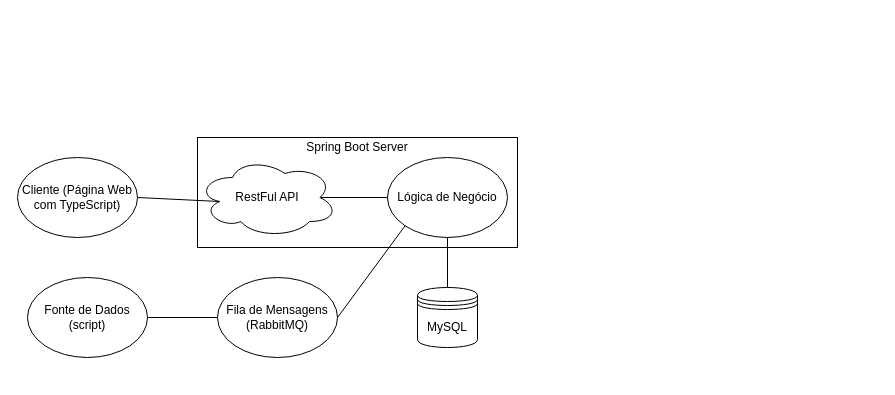
rafaelbaptista13/projeto_ies keeps this draw.io diagram as report/projectSpecificationReport/arquitetura.drawio. Above is the earlier version. Source tidied: cells renumbered, new cells numbered last; positions are measured from the earlier drawing's top-left corner, leaving out a move shared by most shapes. Both pictures are drawn from the tidied source at 100%, with x=0, y=0 at pixel (17, 137).
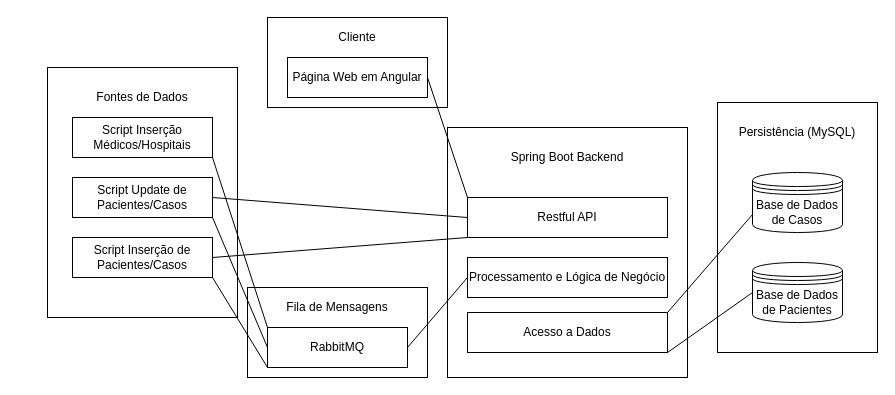
After the change.

What changed in the source:
```diff
@@
+    <mxCell id="15" style="rounded=0;whiteSpace=wrap;html=1;" parent="1" vertex="1">
+      <mxGeometry x="250" y="-120" width="180" height="90" as="geometry" />
+    </mxCell>
+    <mxCell id="16" style="rounded=0;whiteSpace=wrap;html=1;" parent="1" vertex="1">
+      <mxGeometry x="230" y="150" width="180" height="90" as="geometry" />
+    </mxCell>
+    <mxCell id="17" style="rounded=0;whiteSpace=wrap;html=1;" parent="1" vertex="1">
+      <mxGeometry x="30" y="-70" width="190" height="250" as="geometry" />
+    </mxCell>
+    <mxCell id="18" style="rounded=0;whiteSpace=wrap;html=1;" parent="1" vertex="1">
+      <mxGeometry x="700" y="-35" width="160" height="250" as="geometry" />
+    </mxCell>
     <mxCell id="2" style="rounded=0;whiteSpace=wrap;html=1;" parent="1" vertex="1">
-      <mxGeometry x="180" width="320" height="110" as="geometry" />
+      <mxGeometry x="430" y="-10" width="240" height="250" as="geometry" />
     </mxCell>
-    <mxCell id="3" value="MySQL" style="shape=datastore;whiteSpace=wrap;html=1;" parent="1" vertex="1">
-      <mxGeometry x="400" y="150" width="60" height="60" as="geometry" />
+    <mxCell id="3" value="Base de Dados de Casos" style="shape=datastore;whiteSpace=wrap;html=1;" parent="1" vertex="1">
+      <mxGeometry x="735" y="35" width="90" height="60" as="geometry" />
     </mxCell>
-    <mxCell id="4" value="Lógica de Negócio" style="ellipse;whiteSpace=wrap;html=1;" parent="1" vertex="1">
-      <mxGeometry x="370" y="20" width="120" height="80" as="geometry" />
-    </mxCell>
-    <mxCell id="5" value="Cliente (Página Web com TypeScript)" style="ellipse;whiteSpace=wrap;html=1;" parent="1" vertex="1">
-      <mxGeometry y="20" width="120" height="80" as="geometry" />
-    </mxCell>
-    <mxCell id="6" value="Fila de Mensagens (RabbitMQ)" style="ellipse;whiteSpace=wrap;html=1;" parent="1" vertex="1">
-      <mxGeometry x="200" y="140" width="120" height="80" as="geometry" />
-    </mxCell>
-    <mxCell id="7" value="Fonte de Dados (script)" style="ellipse;whiteSpace=wrap;html=1;" parent="1" vertex="1">
-      <mxGeometry x="10" y="140" width="120" height="80" as="geometry" />
-    </mxCell>
-    <mxCell id="8" style="endArrow=none;html=1;exitX=1;exitY=0.5;exitDx=0;exitDy=0;entryX=0.16;entryY=0.55;entryDx=0;entryDy=0;entryPerimeter=0;" parent="1" edge="1" source="5" target="14">
-      <mxGeometry relative="1" as="geometry" />
-    </mxCell>
-    <mxCell id="9" style="endArrow=none;html=1;exitX=0.875;exitY=0.5;exitDx=0;exitDy=0;entryX=0;entryY=0.5;entryDx=0;entryDy=0;exitPerimeter=0;" parent="1" edge="1" source="14" target="4">
-      <mxGeometry relative="1" as="geometry" />
-    </mxCell>
-    <mxCell id="10" style="endArrow=none;html=1;exitX=1;exitY=0.5;exitDx=0;exitDy=0;entryX=0;entryY=0.5;entryDx=0;entryDy=0;" parent="1" edge="1" source="7" target="6">
-      <mxGeometry relative="1" as="geometry" />
-    </mxCell>
-    <mxCell id="11" style="endArrow=none;html=1;exitX=1;exitY=0.5;exitDx=0;exitDy=0;entryX=0;entryY=1;entryDx=0;entryDy=0;" parent="1" edge="1" source="6" target="4">
+    <mxCell id="11" style="endArrow=none;html=1;exitX=1;exitY=0.5;exitDx=0;exitDy=0;entryX=0;entryY=0.5;entryDx=0;entryDy=0;" parent="1" edge="1" source="27" target="25">
       <mxGeometry relative="1" as="geometry" />
     </mxCell>
-    <mxCell id="12" style="endArrow=none;html=1;entryX=0.5;entryY=0;entryDx=0;entryDy=0;exitX=0.5;exitY=1;exitDx=0;exitDy=0;" parent="1" edge="1" source="4" target="3">
-      <mxGeometry relative="1" as="geometry" />
-    </mxCell>
-    <mxCell id="13" value="Spring Boot Server" style="text;html=1;strokeColor=none;fillColor=none;align=center;verticalAlign=middle;whiteSpace=wrap;rounded=0;" parent="1" vertex="1">
-      <mxGeometry x="280" width="120" height="20" as="geometry" />
+    <mxCell id="13" value="Spring Boot Backend" style="text;html=1;strokeColor=none;fillColor=none;align=center;verticalAlign=middle;whiteSpace=wrap;rounded=0;" parent="1" vertex="1">
+      <mxGeometry x="430" y="10" width="240" height="20" as="geometry" />
     </mxCell>
-    <mxCell id="14" value="RestFul API" style="ellipse;shape=cloud;whiteSpace=wrap;html=1;align=center;" parent="1" vertex="1">
-      <mxGeometry x="180" y="20" width="140" height="80" as="geometry" />
-    </mxCell>
+    <mxCell id="19" value="Persistência (MySQL)" style="text;html=1;strokeColor=none;fillColor=none;align=center;verticalAlign=middle;whiteSpace=wrap;rounded=0;" parent="1" vertex="1">
+      <mxGeometry x="700" y="-15" width="160" height="20" as="geometry" />
+    </mxCell>
+    <mxCell id="20" value="Base de Dados de Pacientes" style="shape=datastore;whiteSpace=wrap;html=1;" parent="1" vertex="1">
+      <mxGeometry x="735" y="125" width="90" height="60" as="geometry" />
+    </mxCell>
+    <mxCell id="21" value="Fontes de Dados" style="text;html=1;strokeColor=none;fillColor=none;align=center;verticalAlign=middle;whiteSpace=wrap;rounded=0;" parent="1" vertex="1">
+      <mxGeometry x="30" y="-50" width="190" height="20" as="geometry" />
+    </mxCell>
+    <mxCell id="22" value="Acesso a Dados" style="rounded=0;whiteSpace=wrap;html=1;" parent="1" vertex="1">
+      <mxGeometry x="450" y="175" width="200" height="40" as="geometry" />
+    </mxCell>
+    <mxCell id="23" style="endArrow=none;html=1;entryX=1;entryY=0;entryDx=0;entryDy=0;exitX=0;exitY=0.7;exitDx=0;exitDy=0;" parent="1" edge="1" source="3" target="22">
+      <mxGeometry relative="1" as="geometry" />
+    </mxCell>
+    <mxCell id="24" style="endArrow=none;html=1;entryX=1;entryY=1;entryDx=0;entryDy=0;exitX=0;exitY=0.5;exitDx=0;exitDy=0;" parent="1" edge="1" source="20" target="22">
+      <mxGeometry relative="1" as="geometry" />
+    </mxCell>
+    <mxCell id="25" value="Processamento e Lógica de Negócio" style="rounded=0;whiteSpace=wrap;html=1;" parent="1" vertex="1">
+      <mxGeometry x="450" y="120" width="200" height="40" as="geometry" />
+    </mxCell>
+    <mxCell id="26" value="Restful API" style="rounded=0;whiteSpace=wrap;html=1;" parent="1" vertex="1">
+      <mxGeometry x="450" y="60" width="200" height="40" as="geometry" />
+    </mxCell>
+    <mxCell id="27" value="RabbitMQ" style="rounded=0;whiteSpace=wrap;html=1;" parent="1" vertex="1">
+      <mxGeometry x="250" y="190" width="140" height="40" as="geometry" />
+    </mxCell>
+    <mxCell id="28" value="Fila de Mensagens" style="text;html=1;strokeColor=none;fillColor=none;align=center;verticalAlign=middle;whiteSpace=wrap;rounded=0;" parent="1" vertex="1">
+      <mxGeometry x="230" y="160" width="180" height="20" as="geometry" />
+    </mxCell>
+    <mxCell id="29" value="Cliente" style="text;html=1;strokeColor=none;fillColor=none;align=center;verticalAlign=middle;whiteSpace=wrap;rounded=0;" parent="1" vertex="1">
+      <mxGeometry x="260" y="-110" width="160" height="20" as="geometry" />
+    </mxCell>
+    <mxCell id="30" value="Página Web em Angular" style="rounded=0;whiteSpace=wrap;html=1;" parent="1" vertex="1">
+      <mxGeometry x="270" y="-80" width="140" height="40" as="geometry" />
+    </mxCell>
+    <mxCell id="31" style="endArrow=none;html=1;entryX=0;entryY=0;entryDx=0;entryDy=0;exitX=1;exitY=0.5;exitDx=0;exitDy=0;" parent="1" edge="1" source="30" target="26">
+      <mxGeometry relative="1" as="geometry" />
+    </mxCell>
+    <mxCell id="32" value="Script Inserção de Pacientes/Casos" style="rounded=0;whiteSpace=wrap;html=1;" parent="1" vertex="1">
+      <mxGeometry x="55" y="100" width="140" height="40" as="geometry" />
+    </mxCell>
+    <mxCell id="33" style="endArrow=none;html=1;exitX=1;exitY=0.5;exitDx=0;exitDy=0;entryX=0;entryY=1;entryDx=0;entryDy=0;" parent="1" edge="1" source="32" target="26">
+      <mxGeometry relative="1" as="geometry" />
+    </mxCell>
+    <mxCell id="34" value="Script Update de Pacientes/Casos" style="rounded=0;whiteSpace=wrap;html=1;" parent="1" vertex="1">
+      <mxGeometry x="55" y="40" width="140" height="40" as="geometry" />
+    </mxCell>
+    <mxCell id="35" style="endArrow=none;html=1;entryX=1;entryY=0.5;entryDx=0;entryDy=0;exitX=0;exitY=0.5;exitDx=0;exitDy=0;" parent="1" edge="1" source="26" target="34">
+      <mxGeometry relative="1" as="geometry" />
+    </mxCell>
+    <mxCell id="36" value="Script Inserção Médicos/Hospitais" style="rounded=0;whiteSpace=wrap;html=1;" parent="1" vertex="1">
+      <mxGeometry x="55" y="-20" width="140" height="40" as="geometry" />
+    </mxCell>
+    <mxCell id="37" style="endArrow=none;html=1;entryX=1;entryY=1;entryDx=0;entryDy=0;exitX=0;exitY=0;exitDx=0;exitDy=0;" parent="1" edge="1" source="27" target="36">
+      <mxGeometry relative="1" as="geometry" />
+    </mxCell>
+    <mxCell id="38" style="endArrow=none;html=1;entryX=1;entryY=1;entryDx=0;entryDy=0;exitX=0;exitY=0.5;exitDx=0;exitDy=0;" parent="1" edge="1" source="27" target="34">
+      <mxGeometry relative="1" as="geometry" />
+    </mxCell>
+    <mxCell id="39" style="endArrow=none;html=1;entryX=1;entryY=1;entryDx=0;entryDy=0;exitX=0;exitY=1;exitDx=0;exitDy=0;" parent="1" edge="1" source="27" target="32">
+      <mxGeometry relative="1" as="geometry" />
+    </mxCell>
```
